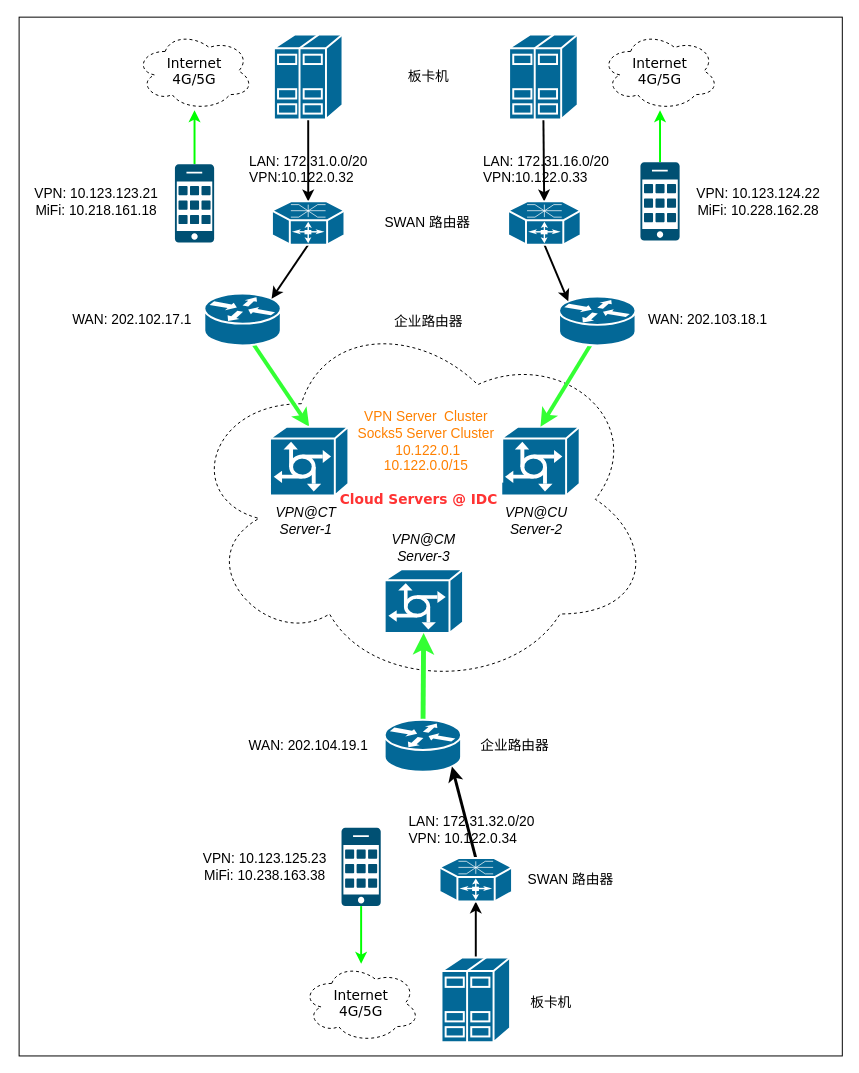
The draw.io diagram Untitled Diagram.drawio in nxtreaming/andy_study, before the edit. Source tidied: cells renumbered, new cells numbered last; positions are measured from the earlier drawing's top-left corner, leaving out a move shared by most shapes. Both pictures are drawn from the tidied source at 98%, with x=0, y=0 at pixel (19, 17).
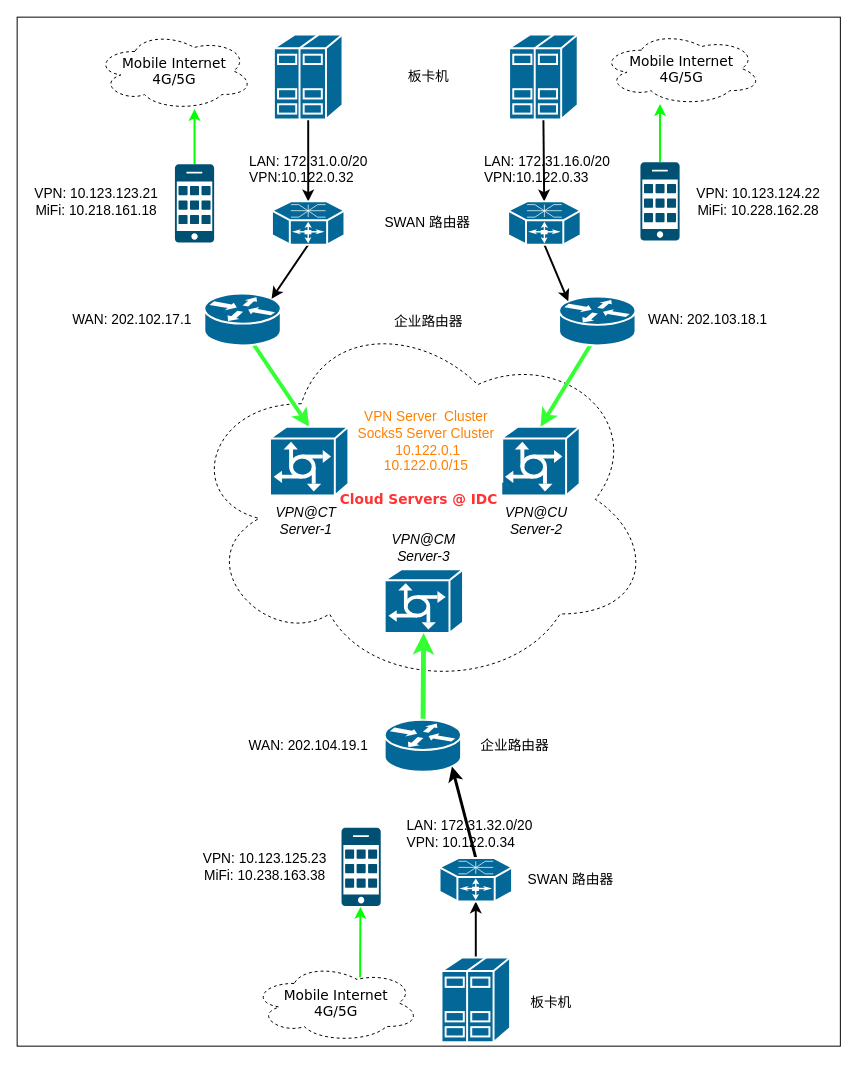
Above is the later version.

Unchanged cells that the change refers to:
```xml
<mxCell id="8" style="sketch=0;points=[[0.015,0.015,0],[0.985,0.015,0],[0.985,0.985,0],[0.015,0.985,0],[0.25,0,0],[0.5,0,0],[0.75,0,0],[1,0.25,0],[1,0.5,0],[1,0.75,0],[0.75,1,0],[0.5,1,0],[0.25,1,0],[0,0.75,0],[0,0.5,0],[0,0.25,0]];verticalLabelPosition=bottom;html=1;verticalAlign=top;align=center;shape=mxgraph.cisco19.cell_phone;fillColor=#005073;strokeColor=none;" parent="1" vertex="1">
  <mxGeometry x="159" y="150" width="40" height="80" as="geometry" />
</mxCell>
<mxCell id="22" style="sketch=0;points=[[0.015,0.015,0],[0.985,0.015,0],[0.985,0.985,0],[0.015,0.985,0],[0.25,0,0],[0.5,0,0],[0.75,0,0],[1,0.25,0],[1,0.5,0],[1,0.75,0],[0.75,1,0],[0.5,1,0],[0.25,1,0],[0,0.75,0],[0,0.5,0],[0,0.25,0]];verticalLabelPosition=bottom;html=1;verticalAlign=top;align=center;shape=mxgraph.cisco19.cell_phone;fillColor=#005073;strokeColor=none;" parent="1" vertex="1">
  <mxGeometry x="634" y="148" width="40" height="80" as="geometry" />
</mxCell>
<mxCell id="30" style="sketch=0;points=[[0.015,0.015,0],[0.985,0.015,0],[0.985,0.985,0],[0.015,0.985,0],[0.25,0,0],[0.5,0,0],[0.75,0,0],[1,0.25,0],[1,0.5,0],[1,0.75,0],[0.75,1,0],[0.5,1,0],[0.25,1,0],[0,0.75,0],[0,0.5,0],[0,0.25,0]];verticalLabelPosition=bottom;html=1;verticalAlign=top;align=center;shape=mxgraph.cisco19.cell_phone;fillColor=#005073;strokeColor=none;" parent="1" vertex="1">
  <mxGeometry x="329" y="827.1" width="40" height="80" as="geometry" />
</mxCell>
```

Change to the diagram source:
```diff
@@
     <mxCell id="2" style="whiteSpace=wrap;html=1;fontColor=#0000FF;" parent="1" vertex="1">
-      <mxGeometry width="840" height="1060" as="geometry" />
+      <mxGeometry x="-2" width="840" height="1050" as="geometry" />
     </mxCell>
@@
-    <mxCell id="4" value="&lt;font style=&quot;font-size: 14px;&quot;&gt;Internet&lt;br&gt;4G/5G&lt;br&gt;&lt;/font&gt;" style="ellipse;shape=cloud;whiteSpace=wrap;html=1;rounded=0;shadow=0;comic=0;strokeWidth=1;fontFamily=Verdana;fontSize=12;dashed=1;" parent="1" vertex="1">
-      <mxGeometry x="119" y="15" width="120" height="80" as="geometry" />
+    <mxCell id="4" value="&lt;font style=&quot;font-size: 14px;&quot;&gt;Mobile Internet&lt;br&gt;4G/5G&lt;br&gt;&lt;/font&gt;" style="ellipse;shape=cloud;whiteSpace=wrap;html=1;rounded=0;shadow=0;comic=0;strokeWidth=1;fontFamily=Verdana;fontSize=12;dashed=1;" parent="1" vertex="1">
+      <mxGeometry x="78" y="15" width="161" height="80" as="geometry" />
     </mxCell>
@@
     <mxCell id="7" style="edgeStyle=orthogonalEdgeStyle;rounded=0;jettySize=auto;html=1;strokeColor=#00FF00;strokeWidth=2;" parent="1" edge="1" source="8" target="4">
-      <mxGeometry relative="1" as="geometry" />
+      <mxGeometry relative="1" as="geometry">
+        <Array as="points">
+          <mxPoint x="179" y="110" />
+          <mxPoint x="179" y="110" />
+        </Array>
+      </mxGeometry>
     </mxCell>
@@
-    <mxCell id="18" value="&lt;font style=&quot;font-size: 14px;&quot;&gt;Internet&lt;br&gt;4G/5G&lt;br&gt;&lt;/font&gt;" style="ellipse;shape=cloud;whiteSpace=wrap;html=1;rounded=0;shadow=0;comic=0;strokeWidth=1;fontFamily=Verdana;fontSize=12;dashed=1;" parent="1" vertex="1">
-      <mxGeometry x="594" y="15" width="120" height="80" as="geometry" />
+    <mxCell id="18" value="&lt;font style=&quot;font-size: 14px;&quot;&gt;Mobile Internet&lt;br&gt;4G/5G&lt;br&gt;&lt;/font&gt;" style="ellipse;shape=cloud;whiteSpace=wrap;html=1;rounded=0;shadow=0;comic=0;strokeWidth=1;fontFamily=Verdana;fontSize=12;dashed=1;" parent="1" vertex="1">
+      <mxGeometry x="594" y="15" width="164" height="75" as="geometry" />
     </mxCell>
@@
     <mxCell id="21" style="edgeStyle=orthogonalEdgeStyle;rounded=0;jettySize=auto;html=1;strokeColor=#00FF00;strokeWidth=2;" parent="1" edge="1" source="22" target="18">
-      <mxGeometry relative="1" as="geometry" />
+      <mxGeometry relative="1" as="geometry">
+        <Array as="points">
+          <mxPoint x="654" y="110" />
+          <mxPoint x="654" y="110" />
+        </Array>
+      </mxGeometry>
     </mxCell>
@@
-    <mxCell id="26" value="&lt;font style=&quot;font-size: 14px;&quot;&gt;Internet&lt;br&gt;4G/5G&lt;br&gt;&lt;/font&gt;" style="ellipse;shape=cloud;whiteSpace=wrap;html=1;rounded=0;shadow=0;comic=0;strokeWidth=1;fontFamily=Verdana;fontSize=12;dashed=1;" parent="1" vertex="1">
-      <mxGeometry x="289" y="966" width="120" height="80" as="geometry" />
+    <mxCell id="26" value="&lt;font style=&quot;font-size: 14px;&quot;&gt;Mobile Internet&lt;br&gt;4G/5G&lt;br&gt;&lt;/font&gt;" style="ellipse;shape=cloud;whiteSpace=wrap;html=1;rounded=0;shadow=0;comic=0;strokeWidth=1;fontFamily=Verdana;fontSize=12;dashed=1;" parent="1" vertex="1">
+      <mxGeometry x="238" y="966" width="171" height="80" as="geometry" />
     </mxCell>
@@
-    <mxCell id="29" style="edgeStyle=orthogonalEdgeStyle;rounded=0;jettySize=auto;html=1;strokeColor=#00FF00;strokeWidth=2;" parent="1" edge="1" source="30" target="26">
-      <mxGeometry relative="1" as="geometry" />
+    <mxCell id="29" style="edgeStyle=orthogonalEdgeStyle;rounded=0;orthogonalLoop=1;jettySize=auto;html=1;strokeColor=#00FF00;strokeWidth=2;entryX=0.417;entryY=0.838;entryDx=0;entryDy=0;entryPerimeter=0;" parent="1" edge="1">
+      <mxGeometry relative="1" as="geometry">
+        <mxPoint x="348" y="980" as="sourcePoint" />
+        <mxPoint x="348.3" y="907.9" as="targetPoint" />
+        <Array as="points">
+          <mxPoint x="348" y="960" />
+          <mxPoint x="348" y="960" />
+        </Array>
+      </mxGeometry>
     </mxCell>
@@
     <mxCell id="51" value="&lt;font style=&quot;font-size: 14px;&quot;&gt;LAN: 172.31.16.0/20&lt;br&gt;&lt;div style=&quot;text-align: left;&quot;&gt;&lt;span style=&quot;background-color: initial;&quot;&gt;VPN:10.122.0.33&lt;/span&gt;&lt;/div&gt;&lt;/font&gt;" style="text;strokeColor=none;align=center;fillColor=none;html=1;verticalAlign=middle;whiteSpace=wrap;rounded=0;" parent="1" vertex="1">
-      <mxGeometry x="468" y="140" width="140" height="30" as="geometry" />
+      <mxGeometry x="469" y="140" width="140" height="30" as="geometry" />
     </mxCell>
     <mxCell id="52" value="&lt;font style=&quot;font-size: 14px;&quot;&gt;LAN: 172.31.32.0/20&lt;br&gt;&lt;div style=&quot;text-align: left;&quot;&gt;&lt;span style=&quot;background-color: initial;&quot;&gt;VPN: 10.122.0.34&lt;/span&gt;&lt;/div&gt;&lt;/font&gt;" style="text;strokeColor=none;align=center;fillColor=none;html=1;verticalAlign=middle;whiteSpace=wrap;rounded=0;" parent="1" vertex="1">
-      <mxGeometry x="392" y="814" width="140" height="30" as="geometry" />
+      <mxGeometry x="390" y="818" width="140" height="30" as="geometry" />
     </mxCell>
```
